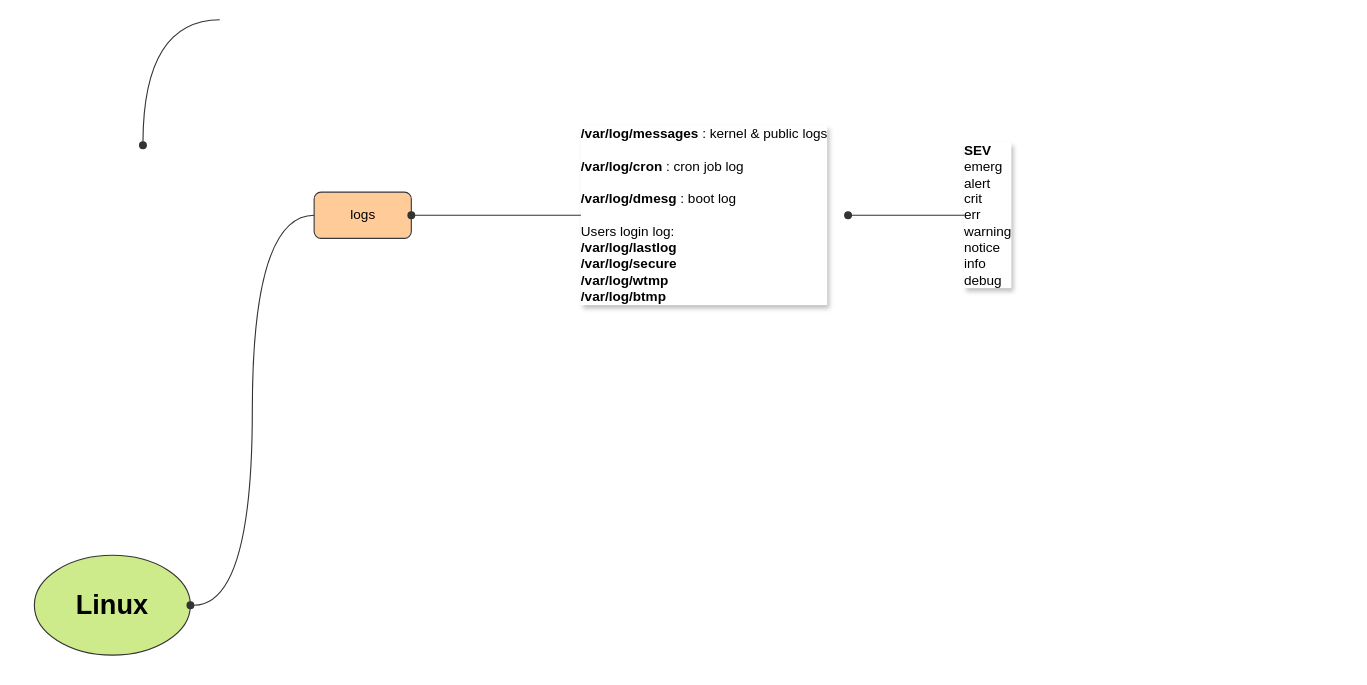
The draw.io diagram LinuxNotes.drawio in Jason-0118/CS-Note, before the edit. Source tidied: cells renumbered, new cells numbered last; positions are measured from the earlier drawing's top-left corner, leaving out a move shared by most shapes. Both pictures are drawn from the tidied source at 113%, with x=0, y=0 at pixel (19, 19).
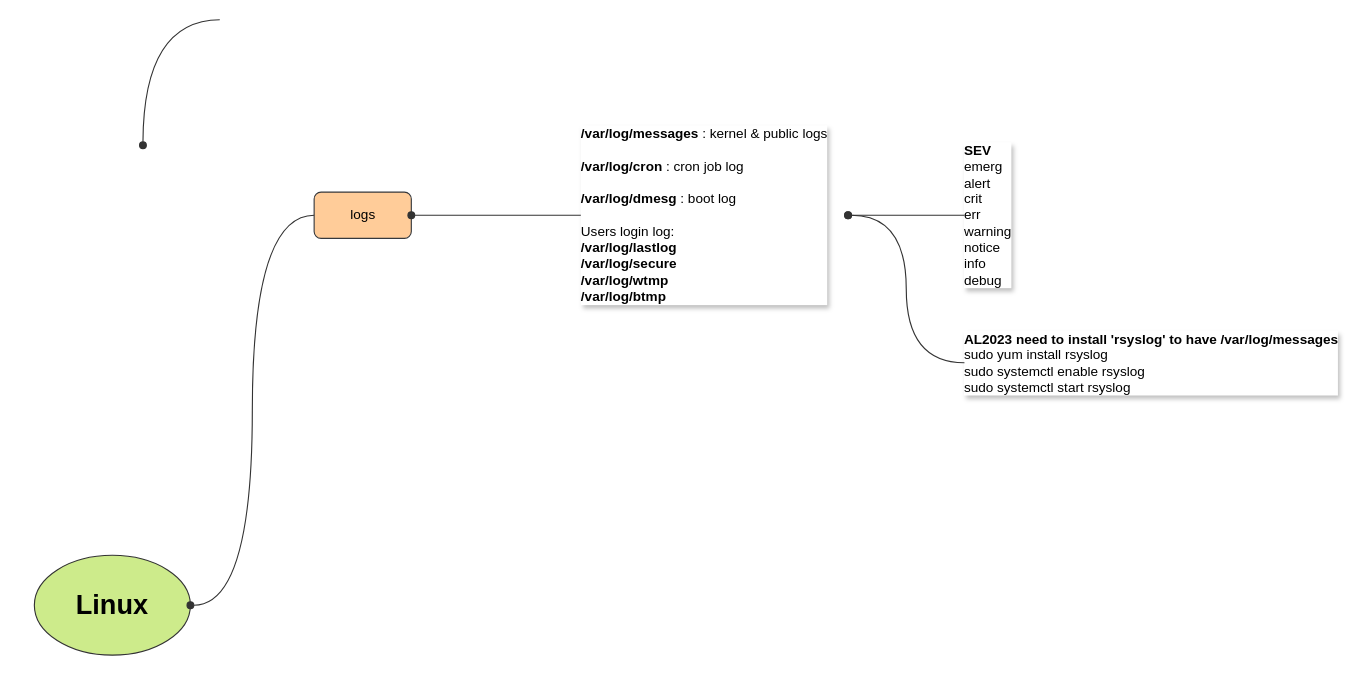
Above is the later version.

The edit, as a diff of the source:
```diff
@@
 <mxGraphModel>
   <root>
     <mxCell id="0" />
     <mxCell id="1" parent="0" />
     <mxCell id="2" style="group;" parent="1" vertex="1">
       <mxGeometry y="465.6" width="164" height="105" as="geometry" />
     </mxCell>
     <mxCell id="3" value="&lt;h1&gt;Linux&lt;/h1&gt;" style="ellipse;whiteSpace=wrap;html=1;fillColor=#cdeb8b;strokeColor=#333333;" parent="2" vertex="1">
       <mxGeometry x="12.9" y="8.3" width="138.1" height="88.4" as="geometry" />
     </mxCell>
     <mxCell id="4" style="group;" parent="1" vertex="1">
       <mxGeometry x="255" y="147" width="97" height="52" as="geometry" />
     </mxCell>
     <mxCell id="5" value="logs" style="rounded=1;whiteSpace=wrap;html=1;fillColor=#ffcc99;strokeColor=#36393d;" parent="4" vertex="1">
       <mxGeometry x="5.5" y="5.5" width="86" height="40.9" as="geometry" />
     </mxCell>
     <mxCell id="6" style="edgeStyle=orthogonalEdgeStyle;shape=connector;curved=1;rounded=1;jettySize=auto;html=1;labelBackgroundColor=default;strokeColor=#333333;align=center;verticalAlign=middle;fontFamily=Helvetica;fontSize=11;fontColor=default;endArrow=oval;endFill=1;strokeWidth=1;endSize=6;exitX=0;exitY=0.5;exitDx=0;exitDy=0;entryX=1;entryY=0.5;entryDx=0;entryDy=0;" parent="1" edge="1" source="5" target="3">
       <mxGeometry relative="1" as="geometry" />
     </mxCell>
     <mxCell id="7" style="edgeStyle=orthogonalEdgeStyle;shape=connector;curved=1;rounded=1;jettySize=auto;html=1;labelBackgroundColor=default;strokeColor=#333333;align=center;verticalAlign=middle;fontFamily=Helvetica;fontSize=11;fontColor=default;endArrow=oval;endFill=1;strokeWidth=1;endSize=6;exitX=0;exitY=0.5;exitDx=0;exitDy=0;entryX=1;entryY=0.5;entryDx=0;entryDy=0;" parent="1" edge="1" source="9" target="5">
       <mxGeometry relative="1" as="geometry" />
     </mxCell>
     <mxCell id="8" style="edgeStyle=orthogonalEdgeStyle;shape=connector;curved=1;rounded=1;orthogonalLoop=1;jettySize=auto;html=1;labelBackgroundColor=default;strokeColor=#333333;align=center;verticalAlign=middle;fontFamily=Helvetica;fontSize=11;fontColor=default;endArrow=oval;endFill=1;strokeWidth=1;endSize=6;exitX=0;exitY=0.5;exitDx=0;exitDy=0;entryX=1;entryY=0.5;entryDx=0;entryDy=0;" parent="1" edge="1">
       <mxGeometry relative="1" as="geometry">
         <mxPoint x="177" as="sourcePoint" />
         <mxPoint x="109" y="111" as="targetPoint" />
       </mxGeometry>
     </mxCell>
     <mxCell id="9" value="&lt;b&gt;/var/log/messages&lt;/b&gt; : kernel &amp;amp; public logs&lt;div&gt;&lt;br&gt;&lt;/div&gt;&lt;div&gt;&lt;b&gt;/var/log/cron&lt;/b&gt; : cron job log&lt;/div&gt;&lt;div&gt;&lt;br&gt;&lt;/div&gt;&lt;div&gt;&lt;b&gt;/var/log/dmesg&lt;/b&gt; : boot log&lt;/div&gt;&lt;div&gt;&lt;br&gt;&lt;/div&gt;&lt;div&gt;Users login log:&lt;/div&gt;&lt;div&gt;&lt;b&gt;/var/log/lastlog&lt;/b&gt;&lt;/div&gt;&lt;div&gt;&lt;b&gt;/var/log/secure&lt;/b&gt;&lt;/div&gt;&lt;div&gt;&lt;b&gt;/var/log/wtmp&lt;/b&gt;&lt;/div&gt;&lt;div&gt;&lt;b&gt;/var/log/btmp&lt;/b&gt;&lt;/div&gt;" style="rounded=0;html=1;labelBorderColor=none;labelBackgroundColor=default;textShadow=1;spacing=0;strokeColor=none;align=left;" parent="1" vertex="1">
       <mxGeometry x="497" y="93" width="236" height="160" as="geometry" />
     </mxCell>
     <mxCell id="10" value="&lt;b&gt;SEV&lt;/b&gt;&lt;div&gt;emerg&lt;/div&gt;&lt;div&gt;alert&lt;/div&gt;&lt;div&gt;crit&lt;/div&gt;&lt;div&gt;err&lt;/div&gt;&lt;div&gt;warning&lt;/div&gt;&lt;div&gt;notice&lt;/div&gt;&lt;div&gt;info&lt;/div&gt;&lt;div&gt;debug&lt;/div&gt;" style="rounded=0;html=1;labelBorderColor=none;labelBackgroundColor=default;textShadow=1;spacing=0;strokeColor=none;align=left;" parent="1" vertex="1">
       <mxGeometry x="836" y="93" width="40" height="160" as="geometry" />
     </mxCell>
     <mxCell id="11" style="edgeStyle=orthogonalEdgeStyle;shape=connector;curved=1;rounded=1;jettySize=auto;html=1;labelBackgroundColor=default;strokeColor=#333333;align=center;verticalAlign=middle;fontFamily=Helvetica;fontSize=11;fontColor=default;endArrow=oval;endFill=1;strokeWidth=1;endSize=6;exitX=0;exitY=0.5;exitDx=0;exitDy=0;entryX=1;entryY=0.5;entryDx=0;entryDy=0;" parent="1" edge="1" source="10" target="9">
       <mxGeometry relative="1" as="geometry" />
     </mxCell>
+    <mxCell id="12" value="&lt;b&gt;AL2023 need to install 'rsyslog' to have /var/log/messages&lt;/b&gt;&lt;div&gt;&lt;span style=&quot;background-color: light-dark(#ffffff, var(--ge-dark-color, #121212));&quot;&gt;sudo yum install rsyslog&lt;/span&gt;&lt;/div&gt;&lt;div&gt;sudo systemctl enable rsyslog&lt;/div&gt;&lt;div&gt;sudo systemctl start rsyslog&lt;/div&gt;" style="rounded=0;html=1;labelBorderColor=none;labelBackgroundColor=default;textShadow=1;spacing=0;strokeColor=none;align=left;" parent="1" vertex="1">
+      <mxGeometry x="836" y="270" width="340" height="67" as="geometry" />
+    </mxCell>
+    <mxCell id="13" style="edgeStyle=orthogonalEdgeStyle;shape=connector;curved=1;rounded=1;jettySize=auto;html=1;labelBackgroundColor=default;strokeColor=#333333;align=center;verticalAlign=middle;fontFamily=Helvetica;fontSize=11;fontColor=default;endArrow=oval;endFill=1;strokeWidth=1;endSize=6;exitX=0;exitY=0.5;exitDx=0;exitDy=0;entryX=1;entryY=0.5;entryDx=0;entryDy=0;" parent="1" edge="1" source="12" target="9">
+      <mxGeometry relative="1" as="geometry" />
+    </mxCell>
   </root>
 </mxGraphModel>
```
